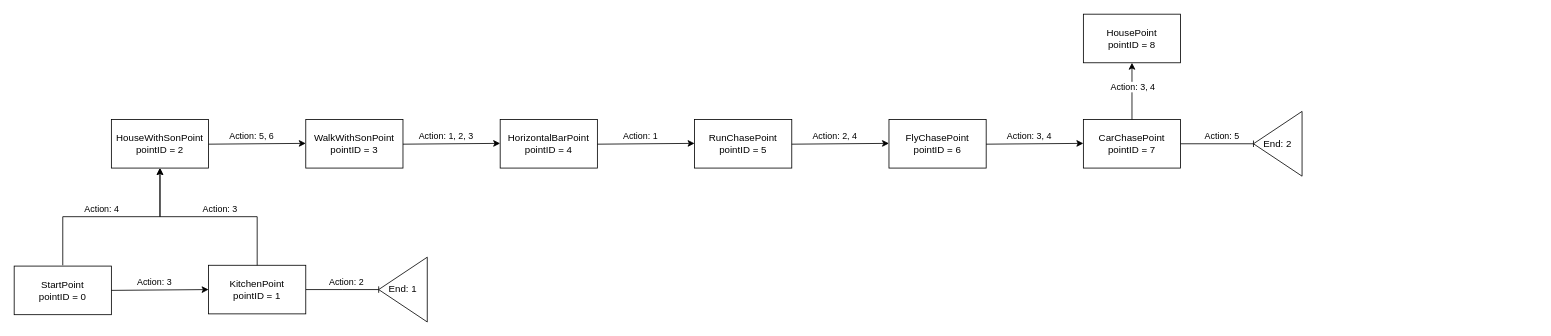
Earlier version of the draw.io diagram PointTree.drawio (AndryMasl/AGU_text_quest). Source tidied: cells renumbered, new cells numbered last; positions are measured from the earlier drawing's top-left corner, leaving out a move shared by most shapes. Both pictures are drawn from the tidied source at 81%, with x=0, y=0 at pixel (14, 14).
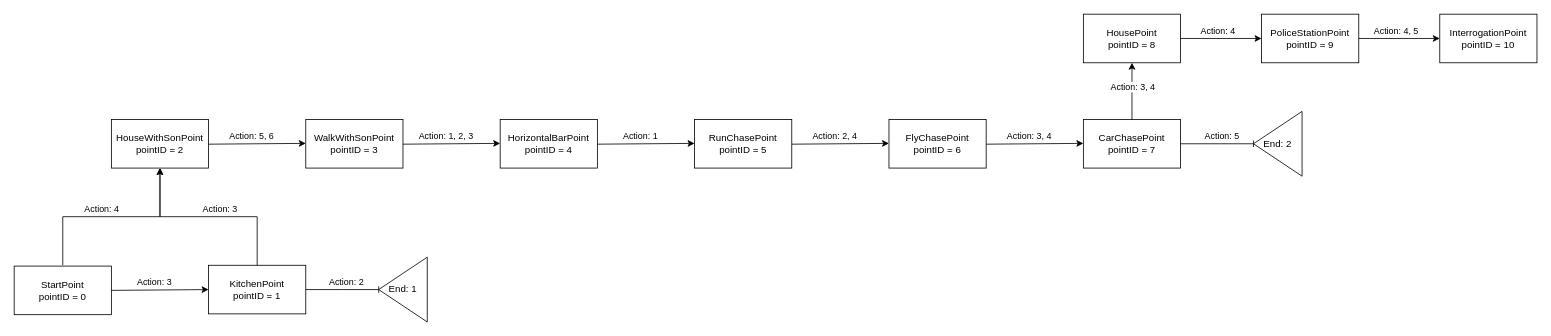
The same page after the edit.

Unchanged cells that the change refers to:
```xml
<mxCell id="32" value="&lt;div&gt;HousePoint&lt;/div&gt;&lt;div&gt;pointID = 8&lt;/div&gt;" style="rounded=0;whiteSpace=wrap;html=1;" parent="1" vertex="1">
  <mxGeometry x="1320" width="120" height="60" as="geometry" />
</mxCell>
```

Diff of the diagram source:
```diff
@@
+    <mxCell id="35" value="&lt;div&gt;PoliceStationPoint&lt;/div&gt;&lt;div&gt;pointID = 9&lt;/div&gt;" style="rounded=0;whiteSpace=wrap;html=1;" parent="1" vertex="1">
+      <mxGeometry x="1540" width="120" height="60" as="geometry" />
+    </mxCell>
+    <mxCell id="36" style="endArrow=classic;html=1;rounded=0;exitX=1;exitY=0.5;exitDx=0;exitDy=0;entryX=0;entryY=0.5;entryDx=0;entryDy=0;" parent="1" edge="1" source="32" target="35">
+      <mxGeometry relative="1" as="geometry" />
+    </mxCell>
+    <mxCell id="37" value="Action: 4" style="edgeLabel;html=1;align=center;verticalAlign=middle;" parent="36" vertex="1">
+      <mxGeometry x="-0.11" relative="1" as="geometry">
+        <mxPoint y="-10" as="offset" />
+      </mxGeometry>
+    </mxCell>
+    <mxCell id="38" value="&lt;div&gt;InterrogationPoint&lt;/div&gt;&lt;div&gt;pointID = 10&lt;/div&gt;" style="rounded=0;whiteSpace=wrap;html=1;" parent="1" vertex="1">
+      <mxGeometry x="1760" width="120" height="60" as="geometry" />
+    </mxCell>
+    <mxCell id="39" style="endArrow=classic;html=1;rounded=0;exitX=1;exitY=0.5;exitDx=0;exitDy=0;entryX=0;entryY=0.5;entryDx=0;entryDy=0;" parent="1" edge="1" source="35" target="38">
+      <mxGeometry relative="1" as="geometry" />
+    </mxCell>
+    <mxCell id="40" value="Action: 4, 5" style="edgeLabel;html=1;align=center;verticalAlign=middle;" parent="39" vertex="1">
+      <mxGeometry x="-0.11" relative="1" as="geometry">
+        <mxPoint y="-10" as="offset" />
+      </mxGeometry>
+    </mxCell>
```
